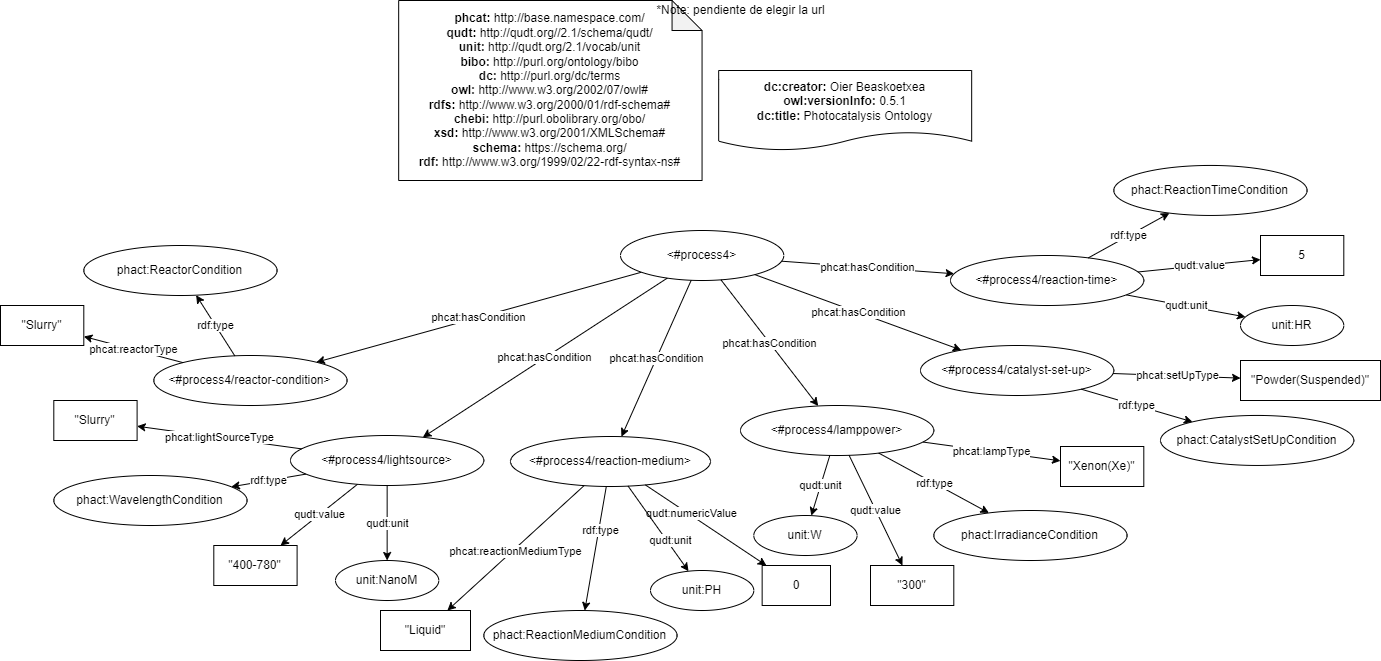
Before: diagrams/examples/diagram-ejemplo-conditions.png, a diagram exported from draw.io (SolarChem/solarchem-ontology). Source tidied: cells renumbered, new cells last; positions are measured from the earlier drawing's top-left corner, leaving out a move shared by most shapes.
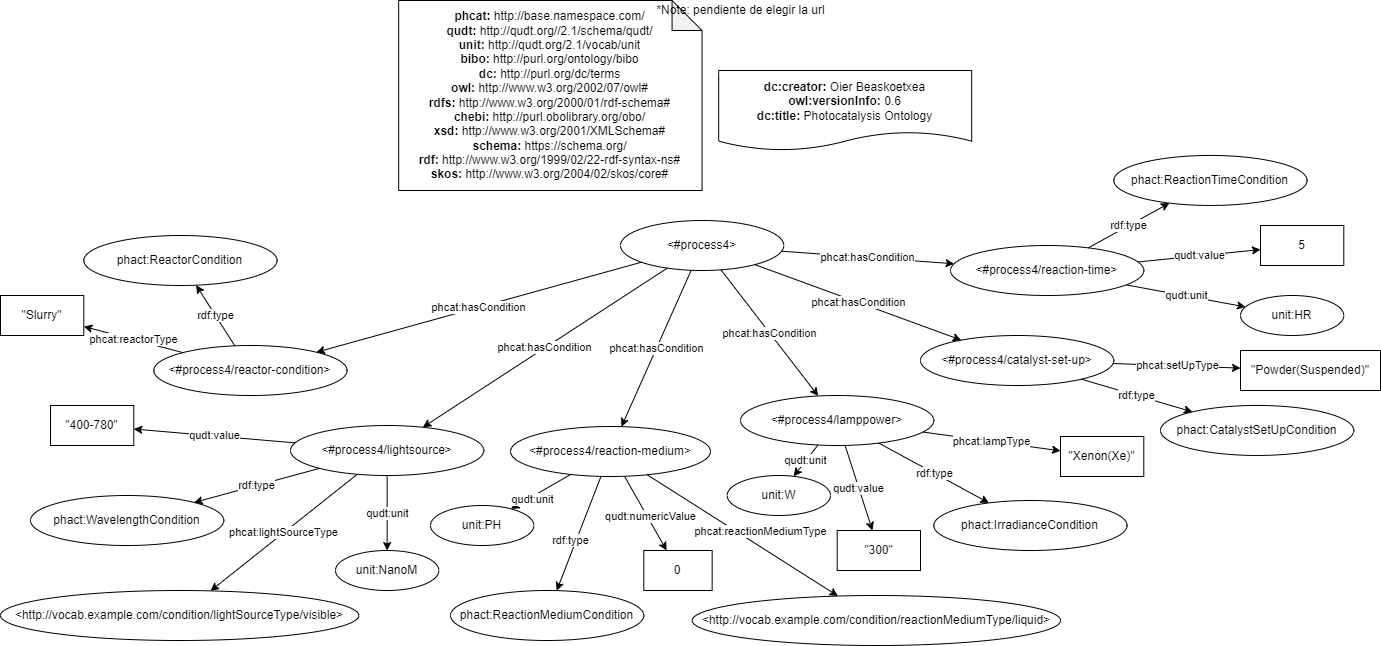
After the change.

Change to the diagram source:
```diff
@@ -2,14 +2,14 @@
   <root>
     <mxCell id="0" />
     <mxCell id="1" parent="0" />
-    <mxCell id="2" value="&lt;div&gt;&lt;b&gt;dc:creator:&lt;/b&gt;&amp;nbsp;Oier Beaskoetxea&lt;/div&gt;&lt;div&gt;&lt;b&gt;owl:versionInfo:&lt;/b&gt; 0.5.1&lt;/div&gt;&lt;div&gt;&lt;b&gt;dc:title:&lt;/b&gt;&amp;nbsp;Photocatalysis Ontology&lt;/div&gt;" style="shape=document;whiteSpace=wrap;html=1;boundedLbl=1;labelBackgroundColor=#ffffff;strokeColor=#000000;fontSize=12;fontColor=#000000;size=0.23333333333333334;" parent="1" vertex="1">
-      <mxGeometry x="718.2" y="70" width="253" height="80" as="geometry" />
+    <mxCell id="2" value="&lt;div&gt;&lt;b&gt;dc:creator:&lt;/b&gt;&amp;nbsp;Oier Beaskoetxea&lt;/div&gt;&lt;div&gt;&lt;b&gt;owl:versionInfo:&lt;/b&gt; 0.6&lt;/div&gt;&lt;div&gt;&lt;b&gt;dc:title:&lt;/b&gt;&amp;nbsp;Photocatalysis Ontology&lt;/div&gt;" style="shape=document;whiteSpace=wrap;html=1;boundedLbl=1;labelBackgroundColor=#ffffff;strokeColor=#000000;fontSize=12;fontColor=#000000;size=0.23333333333333334;" parent="1" vertex="1">
+      <mxGeometry x="718.2" y="80" width="253" height="80" as="geometry" />
     </mxCell>
-    <mxCell id="3" value="&lt;div&gt;&lt;b&gt;phcat:&lt;/b&gt;&amp;nbsp;http://base.namespace.com/&lt;/div&gt;&lt;b&gt;qudt:&lt;/b&gt;&amp;nbsp;http://qudt.org//2.1/schema/qudt/&lt;div&gt;&lt;b&gt;unit:&amp;nbsp;&lt;/b&gt;http://qudt.org/2.1/vocab/unit&lt;br&gt;&lt;/div&gt;&lt;div&gt;&lt;b&gt;bibo:&amp;nbsp;&lt;/b&gt;http://purl.org/ontology/bibo&lt;/div&gt;&lt;b&gt;dc:&amp;nbsp;&lt;/b&gt;http://purl.org/dc/terms&lt;br&gt;&lt;b&gt;owl:&amp;nbsp;&lt;/b&gt;http://www.w3.org/2002/07/owl#&lt;br&gt;&lt;b&gt;rdfs:&amp;nbsp;&lt;/b&gt;http://www.w3.org/2000/01/rdf-schema#&lt;br&gt;&lt;div&gt;&lt;b&gt;chebi:&amp;nbsp;&lt;/b&gt;http://purl.obolibrary.org/obo/&lt;/div&gt;&lt;div&gt;&lt;b&gt;xsd:&amp;nbsp;&lt;/b&gt;http://www.w3.org/2001/XMLSchema#&lt;br&gt;&lt;/div&gt;&lt;div&gt;&lt;b&gt;schema:&lt;/b&gt;&amp;nbsp;https://schema.org/&lt;br&gt;&lt;/div&gt;&lt;div&gt;&lt;b&gt;rdf:&amp;nbsp;&lt;/b&gt;http://www.w3.org/1999/02/22-rdf-syntax-ns#&lt;/div&gt;" style="shape=note;whiteSpace=wrap;html=1;backgroundOutline=1;darkOpacity=0.05;align=center;" parent="1" vertex="1">
-      <mxGeometry x="398.2" width="303.4" height="180" as="geometry" />
+    <mxCell id="3" value="&lt;div&gt;&lt;b&gt;phcat:&lt;/b&gt;&amp;nbsp;http://base.namespace.com/&lt;/div&gt;&lt;b&gt;qudt:&lt;/b&gt;&amp;nbsp;http://qudt.org//2.1/schema/qudt/&lt;div&gt;&lt;b&gt;unit:&amp;nbsp;&lt;/b&gt;http://qudt.org/2.1/vocab/unit&lt;br&gt;&lt;/div&gt;&lt;div&gt;&lt;b&gt;bibo:&amp;nbsp;&lt;/b&gt;http://purl.org/ontology/bibo&lt;/div&gt;&lt;b&gt;dc:&amp;nbsp;&lt;/b&gt;http://purl.org/dc/terms&lt;br&gt;&lt;b&gt;owl:&amp;nbsp;&lt;/b&gt;http://www.w3.org/2002/07/owl#&lt;br&gt;&lt;b&gt;rdfs:&amp;nbsp;&lt;/b&gt;http://www.w3.org/2000/01/rdf-schema#&lt;br&gt;&lt;div&gt;&lt;b&gt;chebi:&amp;nbsp;&lt;/b&gt;http://purl.obolibrary.org/obo/&lt;/div&gt;&lt;div&gt;&lt;b&gt;xsd:&amp;nbsp;&lt;/b&gt;http://www.w3.org/2001/XMLSchema#&lt;br&gt;&lt;/div&gt;&lt;div&gt;&lt;b&gt;schema:&lt;/b&gt;&amp;nbsp;https://schema.org/&lt;br&gt;&lt;/div&gt;&lt;div&gt;&lt;b&gt;rdf:&amp;nbsp;&lt;/b&gt;http://www.w3.org/1999/02/22-rdf-syntax-ns#&lt;/div&gt;&lt;div&gt;&lt;b&gt;skos:&lt;/b&gt;&amp;nbsp;http://www.w3.org/2004/02/skos/core#&lt;br&gt;&lt;/div&gt;" style="shape=note;whiteSpace=wrap;html=1;backgroundOutline=1;darkOpacity=0.05;align=center;" parent="1" vertex="1">
+      <mxGeometry x="398.2" y="10" width="303.4" height="190" as="geometry" />
     </mxCell>
     <mxCell id="4" value="*Note: pendiente de elegir la url" style="text;html=1;align=center;verticalAlign=middle;strokeColor=none;fillColor=none;" parent="1" vertex="1">
-      <mxGeometry x="650" width="180" height="20" as="geometry" />
+      <mxGeometry x="650" y="10" width="180" height="20" as="geometry" />
     </mxCell>
     <mxCell id="5" value="phcat:hasCondition" style="edgeStyle=none;html=1;" parent="1" edge="1" source="6" target="7">
       <mxGeometry relative="1" as="geometry" />
@@ -39,22 +39,19 @@
       <mxGeometry x="290" y="435" width="193.3" height="50" as="geometry" />
     </mxCell>
     <mxCell id="14" value="phact:WavelengthCondition" style="ellipse;whiteSpace=wrap;html=1;fillColor=default;" parent="1" vertex="1">
-      <mxGeometry x="53.3" y="475" width="193.3" height="50" as="geometry" />
+      <mxGeometry x="30" y="505" width="193.3" height="50" as="geometry" />
     </mxCell>
     <mxCell id="15" value="rdf:type" style="edgeStyle=none;html=1;" parent="1" edge="1" source="13" target="14">
       <mxGeometry relative="1" as="geometry" />
     </mxCell>
-    <mxCell id="16" value="&quot;Slurry&quot;" style="rounded=0;whiteSpace=wrap;html=1;fillColor=default;" parent="1" vertex="1">
-      <mxGeometry x="53.3" y="400" width="83.3" height="40" as="geometry" />
-    </mxCell>
-    <mxCell id="17" value="phcat:lightSourceType" style="edgeStyle=none;html=1;" parent="1" edge="1" source="13" target="16">
+    <mxCell id="17" value="phcat:lightSourceType" style="edgeStyle=none;html=1;" parent="1" edge="1" source="13" target="58">
       <mxGeometry relative="1" as="geometry" />
     </mxCell>
     <mxCell id="18" value="unit:NanoM" style="ellipse;whiteSpace=wrap;html=1;fillColor=default;" parent="1" vertex="1">
       <mxGeometry x="335" y="560" width="103.3" height="40" as="geometry" />
     </mxCell>
     <mxCell id="19" value="&quot;400-780&quot;" style="rounded=0;whiteSpace=wrap;html=1;fillColor=default;" parent="1" vertex="1">
-      <mxGeometry x="213.3" y="545" width="83.3" height="40" as="geometry" />
+      <mxGeometry x="50" y="415" width="83.3" height="40" as="geometry" />
     </mxCell>
     <mxCell id="20" value="qudt:value" style="edgeStyle=none;html=1;" parent="1" edge="1" source="13" target="19">
       <mxGeometry relative="1" as="geometry" />
@@ -78,10 +75,10 @@
       <mxGeometry relative="1" as="geometry" />
     </mxCell>
     <mxCell id="27" value="unit:W" style="ellipse;whiteSpace=wrap;html=1;fillColor=default;" parent="1" vertex="1">
-      <mxGeometry x="753.3" y="515" width="103.3" height="40" as="geometry" />
+      <mxGeometry x="726.7" y="485" width="103.3" height="40" as="geometry" />
     </mxCell>
     <mxCell id="28" value="&quot;300&quot;" style="rounded=0;whiteSpace=wrap;html=1;fillColor=default;" parent="1" vertex="1">
-      <mxGeometry x="870" y="565" width="83.3" height="40" as="geometry" />
+      <mxGeometry x="836.7" y="540" width="83.3" height="40" as="geometry" />
     </mxCell>
     <mxCell id="29" value="qudt:value" style="edgeStyle=none;html=1;" parent="1" edge="1" source="22" target="28">
       <mxGeometry relative="1" as="geometry" />
@@ -137,42 +134,45 @@
     <mxCell id="46" value="&amp;lt;#process4/reaction-medium&amp;gt;" style="ellipse;whiteSpace=wrap;html=1;fillColor=default;" parent="1" vertex="1">
       <mxGeometry x="510" y="436" width="200" height="50" as="geometry" />
     </mxCell>
-    <mxCell id="47" value="&quot;Liquid&quot;" style="rounded=0;whiteSpace=wrap;html=1;fillColor=default;" parent="1" vertex="1">
-      <mxGeometry x="380" y="610" width="90" height="40" as="geometry" />
-    </mxCell>
-    <mxCell id="48" style="edgeStyle=none;html=1;" parent="1" edge="1" source="46" target="47">
+    <mxCell id="48" style="edgeStyle=none;html=1;" parent="1" edge="1" source="46" target="59">
       <mxGeometry relative="1" as="geometry" />
     </mxCell>
     <mxCell id="49" value="phcat:reactionMediumType" style="edgeLabel;html=1;align=center;verticalAlign=middle;" parent="48" vertex="1">
       <mxGeometry x="-0.25" y="1" relative="1" as="geometry">
-        <mxPoint x="-18" y="17" as="offset" />
+        <mxPoint x="41" y="11" as="offset" />
       </mxGeometry>
     </mxCell>
     <mxCell id="50" value="0" style="rounded=0;whiteSpace=wrap;html=1;fillColor=default;" parent="1" vertex="1">
-      <mxGeometry x="761.6" y="565" width="68.3" height="40" as="geometry" />
+      <mxGeometry x="643.3" y="560" width="68.3" height="40" as="geometry" />
     </mxCell>
     <mxCell id="51" style="edgeStyle=none;html=1;" parent="1" edge="1" source="46" target="50">
       <mxGeometry relative="1" as="geometry" />
     </mxCell>
     <mxCell id="52" value="qudt:numericValue" style="edgeLabel;html=1;align=center;verticalAlign=middle;" parent="51" vertex="1">
       <mxGeometry x="-0.25" y="1" relative="1" as="geometry">
-        <mxPoint x="-1" y="-2" as="offset" />
+        <mxPoint x="9" y="12" as="offset" />
       </mxGeometry>
     </mxCell>
     <mxCell id="53" value="phcat:hasCondition" style="edgeStyle=none;html=1;" parent="1" edge="1" source="6" target="46">
       <mxGeometry relative="1" as="geometry" />
     </mxCell>
     <mxCell id="54" value="phact:ReactionMediumCondition" style="ellipse;whiteSpace=wrap;html=1;fillColor=default;" parent="1" vertex="1">
-      <mxGeometry x="483.3" y="610" width="193.3" height="50" as="geometry" />
+      <mxGeometry x="450" y="600" width="193.3" height="50" as="geometry" />
     </mxCell>
     <mxCell id="55" value="rdf:type" style="edgeStyle=none;html=1;" parent="1" edge="1" source="46" target="54">
-      <mxGeometry x="-0.3" y="2" relative="1" as="geometry" />
+      <mxGeometry x="0.16" y="-5" relative="1" as="geometry" />
     </mxCell>
     <mxCell id="56" value="unit:PH" style="ellipse;whiteSpace=wrap;html=1;fillColor=default;" parent="1" vertex="1">
-      <mxGeometry x="650" y="570" width="103.3" height="40" as="geometry" />
+      <mxGeometry x="430" y="515" width="103.3" height="40" as="geometry" />
     </mxCell>
     <mxCell id="57" value="qudt:unit" style="edgeStyle=none;html=1;" parent="1" edge="1" source="46" target="56">
       <mxGeometry x="0.32" y="3" relative="1" as="geometry" />
     </mxCell>
+    <mxCell id="58" value="&amp;lt;http://vocab.example.com/condition/lightSourceType/visible&amp;gt;" style="ellipse;whiteSpace=wrap;html=1;fillColor=default;" parent="1" vertex="1">
+      <mxGeometry y="600" width="358.3" height="50" as="geometry" />
+    </mxCell>
+    <mxCell id="59" value="&amp;lt;http://vocab.example.com/condition/reactionMediumType/liquid&amp;gt;" style="ellipse;whiteSpace=wrap;html=1;fillColor=default;" parent="1" vertex="1">
+      <mxGeometry x="691.7" y="605" width="368.3" height="50" as="geometry" />
+    </mxCell>
   </root>
 </mxGraphModel>
```
